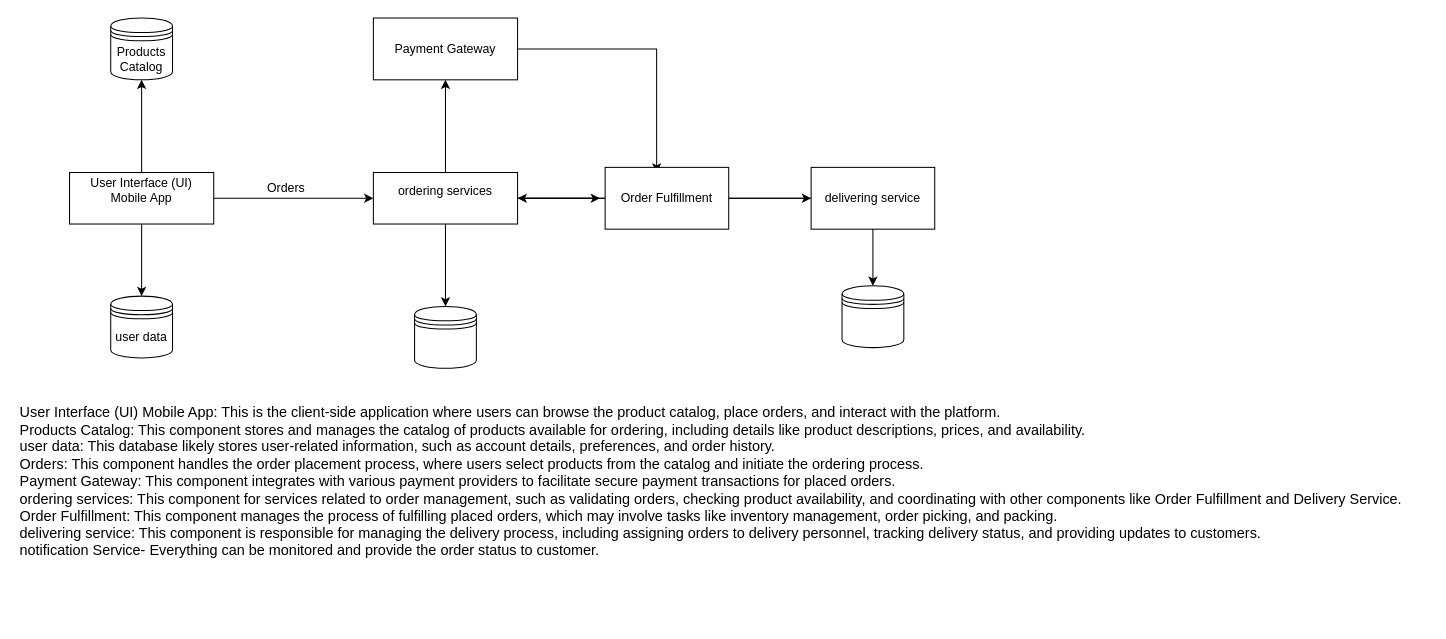
Before: Untitled Diagram.drawio in BeLimitLess/draw.io, a draw.io diagram. Source tidied: cells renumbered, new cells numbered last; positions are measured from the earlier drawing's top-left corner, leaving out a move shared by most shapes. Both pictures are drawn from the tidied source at 103%, with x=0, y=0 at pixel (18, 18).
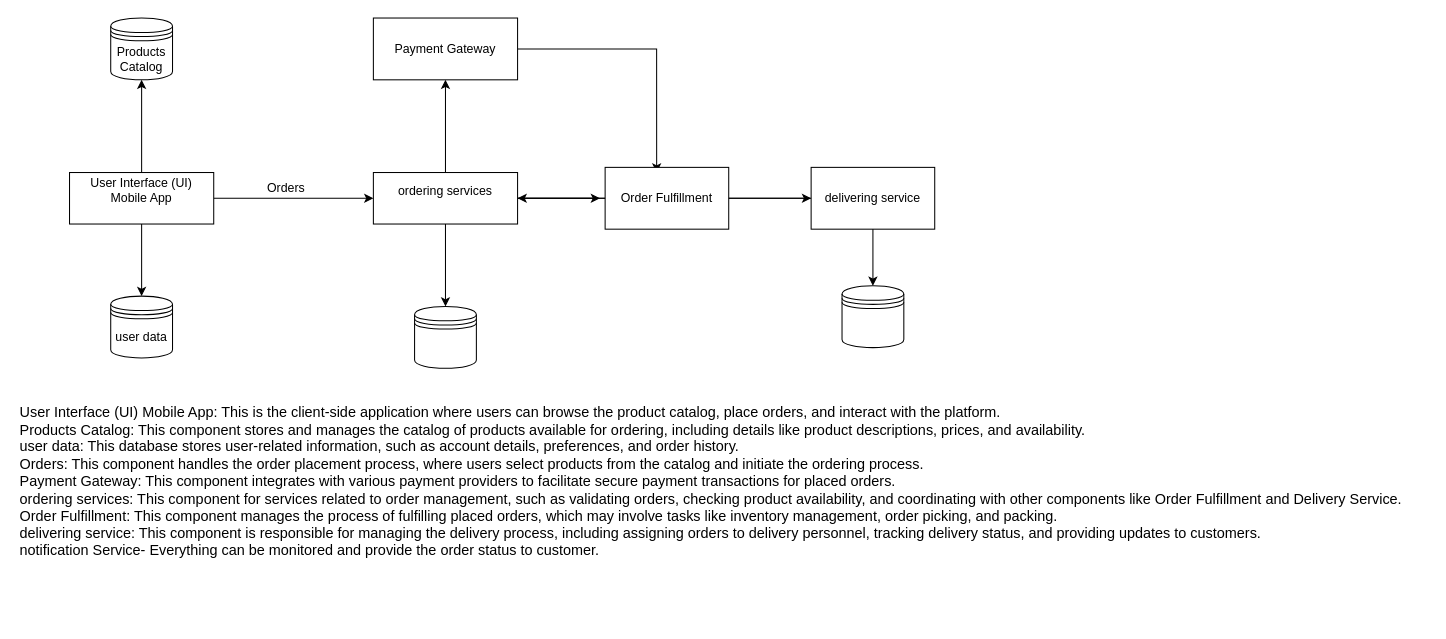
The same page after the edit.

Change to the diagram source:
```diff
@@
-    <mxCell id="22" value="&lt;div style=&quot;font-size: 14px;&quot;&gt;&lt;font style=&quot;font-size: 14px;&quot;&gt;User Interface (UI) Mobile App: This is the client-side application where users can browse the product catalog, place orders, and interact with the platform.&lt;/font&gt;&lt;/div&gt;&lt;div style=&quot;font-size: 14px;&quot;&gt;&lt;font style=&quot;font-size: 14px;&quot;&gt;Products Catalog: This component stores and manages the catalog of products available for ordering, including details like product descriptions, prices, and availability.&lt;/font&gt;&lt;/div&gt;&lt;div style=&quot;font-size: 14px;&quot;&gt;&lt;font style=&quot;font-size: 14px;&quot;&gt;user data: This database likely stores user-related information, such as account details, preferences, and order history.&lt;/font&gt;&lt;/div&gt;&lt;div style=&quot;font-size: 14px;&quot;&gt;&lt;font style=&quot;font-size: 14px;&quot;&gt;Orders: This component handles the order placement process, where users select products from the catalog and initiate the ordering process.&lt;/font&gt;&lt;/div&gt;&lt;div style=&quot;font-size: 14px;&quot;&gt;&lt;font style=&quot;font-size: 14px;&quot;&gt;Payment Gateway: This component integrates with various payment providers to facilitate secure payment transactions for placed orders.&lt;/font&gt;&lt;/div&gt;&lt;div style=&quot;font-size: 14px;&quot;&gt;&lt;font style=&quot;font-size: 14px;&quot;&gt;ordering services: This component for services related to order management, such as validating orders, checking product availability, and coordinating with other components like Order Fulfillment and Delivery Service.&lt;/font&gt;&lt;/div&gt;&lt;div style=&quot;font-size: 14px;&quot;&gt;&lt;font style=&quot;font-size: 14px;&quot;&gt;Order Fulfillment: This component manages the process of fulfilling placed orders, which may involve tasks like inventory management, order picking, and packing.&lt;/font&gt;&lt;/div&gt;&lt;div style=&quot;font-size: 14px;&quot;&gt;&lt;font style=&quot;font-size: 14px;&quot;&gt;delivering service: This component is responsible for managing the delivery process, including assigning orders to delivery personnel, tracking delivery status, and providing updates to customers.&lt;/font&gt;&lt;/div&gt;&lt;div style=&quot;font-size: 14px;&quot;&gt;&lt;span style=&quot;background-color: initial;&quot;&gt;notification Service- Everything can be monitored and provide the order status to customer.&lt;/span&gt;&lt;br&gt;&lt;/div&gt;&lt;div style=&quot;font-size: 14px;&quot;&gt;&lt;font style=&quot;font-size: 14px;&quot;&gt;&lt;br&gt;&lt;/font&gt;&lt;/div&gt;&lt;div style=&quot;font-size: 14px;&quot;&gt;&lt;font style=&quot;font-size: 14px;&quot;&gt;&lt;br&gt;&lt;/font&gt;&lt;/div&gt;&lt;div style=&quot;font-size: 14px;&quot;&gt;&lt;font style=&quot;font-size: 14px;&quot;&gt;&lt;br&gt;&lt;/font&gt;&lt;/div&gt;" style="text;html=1;align=left;verticalAlign=middle;strokeColor=none;fillColor=none;" parent="1" vertex="1">
+    <mxCell id="22" value="&lt;div style=&quot;font-size: 14px;&quot;&gt;&lt;font style=&quot;font-size: 14px;&quot;&gt;User Interface (UI) Mobile App: This is the client-side application where users can browse the product catalog, place orders, and interact with the platform.&lt;/font&gt;&lt;/div&gt;&lt;div style=&quot;font-size: 14px;&quot;&gt;&lt;font style=&quot;font-size: 14px;&quot;&gt;Products Catalog: This component stores and manages the catalog of products available for ordering, including details like product descriptions, prices, and availability.&lt;/font&gt;&lt;/div&gt;&lt;div style=&quot;font-size: 14px;&quot;&gt;&lt;font style=&quot;font-size: 14px;&quot;&gt;user data: This database stores user-related information, such as account details, preferences, and order history.&lt;/font&gt;&lt;/div&gt;&lt;div style=&quot;font-size: 14px;&quot;&gt;&lt;font style=&quot;font-size: 14px;&quot;&gt;Orders: This component handles the order placement process, where users select products from the catalog and initiate the ordering process.&lt;/font&gt;&lt;/div&gt;&lt;div style=&quot;font-size: 14px;&quot;&gt;&lt;font style=&quot;font-size: 14px;&quot;&gt;Payment Gateway: This component integrates with various payment providers to facilitate secure payment transactions for placed orders.&lt;/font&gt;&lt;/div&gt;&lt;div style=&quot;font-size: 14px;&quot;&gt;&lt;font style=&quot;font-size: 14px;&quot;&gt;ordering services: This component for services related to order management, such as validating orders, checking product availability, and coordinating with other components like Order Fulfillment and Delivery Service.&lt;/font&gt;&lt;/div&gt;&lt;div style=&quot;font-size: 14px;&quot;&gt;&lt;font style=&quot;font-size: 14px;&quot;&gt;Order Fulfillment: This component manages the process of fulfilling placed orders, which may involve tasks like inventory management, order picking, and packing.&lt;/font&gt;&lt;/div&gt;&lt;div style=&quot;font-size: 14px;&quot;&gt;&lt;font style=&quot;font-size: 14px;&quot;&gt;delivering service: This component is responsible for managing the delivery process, including assigning orders to delivery personnel, tracking delivery status, and providing updates to customers.&lt;/font&gt;&lt;/div&gt;&lt;div style=&quot;font-size: 14px;&quot;&gt;&lt;span style=&quot;background-color: initial;&quot;&gt;notification Service- Everything can be monitored and provide the order status to customer.&lt;/span&gt;&lt;br&gt;&lt;/div&gt;&lt;div style=&quot;font-size: 14px;&quot;&gt;&lt;font style=&quot;font-size: 14px;&quot;&gt;&lt;br&gt;&lt;/font&gt;&lt;/div&gt;&lt;div style=&quot;font-size: 14px;&quot;&gt;&lt;font style=&quot;font-size: 14px;&quot;&gt;&lt;br&gt;&lt;/font&gt;&lt;/div&gt;&lt;div style=&quot;font-size: 14px;&quot;&gt;&lt;font style=&quot;font-size: 14px;&quot;&gt;&lt;br&gt;&lt;/font&gt;&lt;/div&gt;" style="text;html=1;align=left;verticalAlign=middle;strokeColor=none;fillColor=none;" parent="1" vertex="1">
       <mxGeometry y="365" width="1370" height="220" as="geometry" />
     </mxCell>
```
